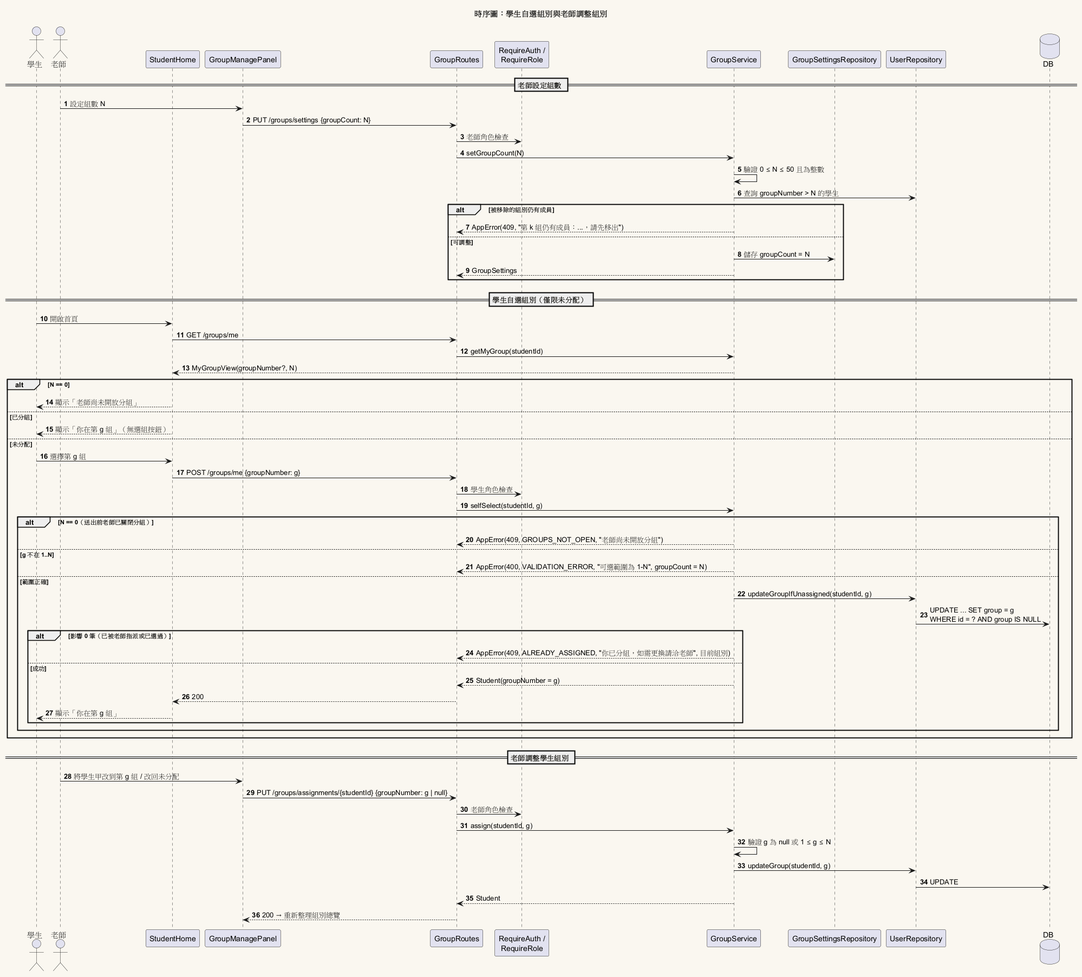
Ennn-1023/SE_project keeps this PlantUML diagram as diagrams/001-sequence-group.png. Above is the earlier version.
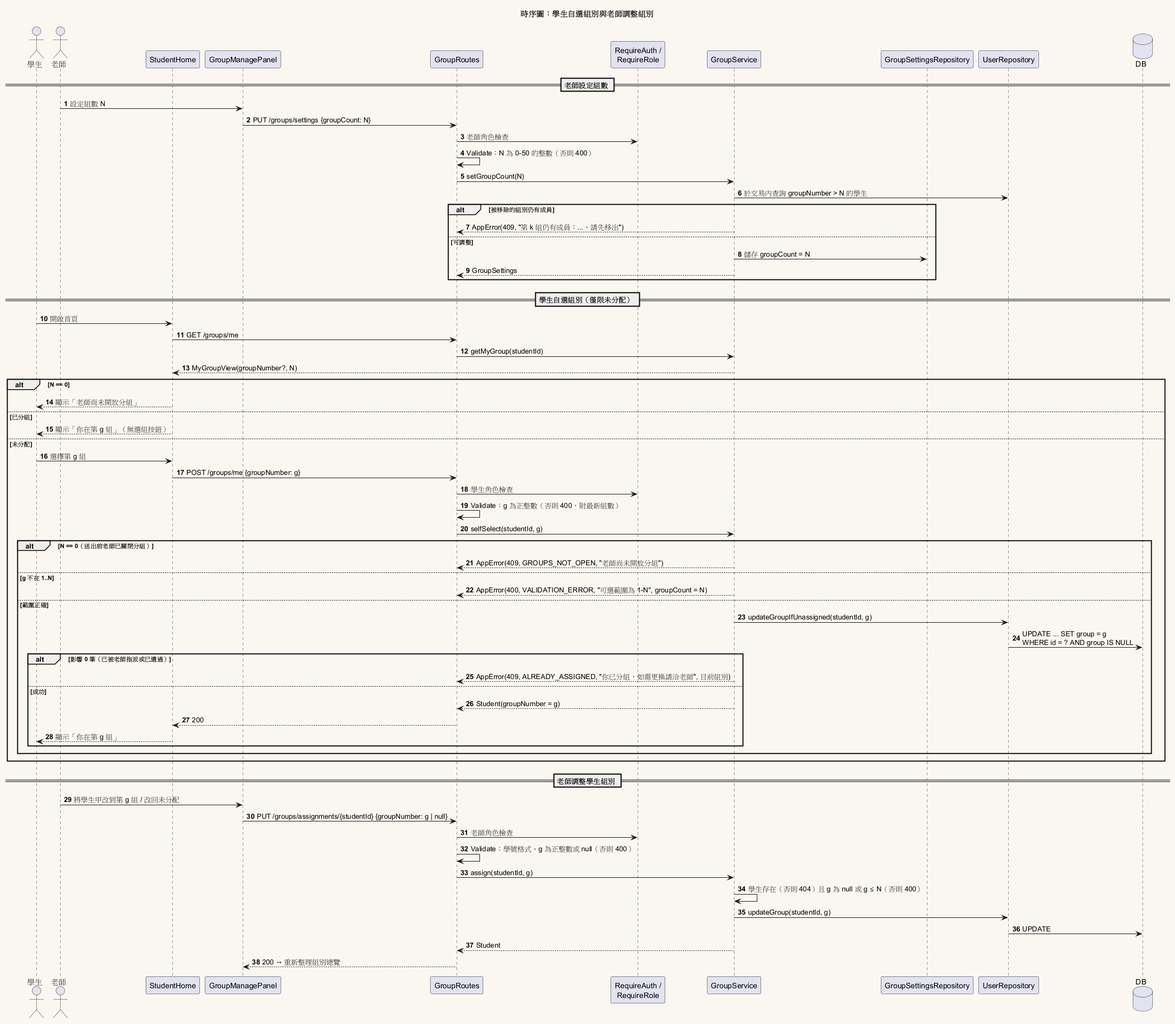
Later version of the same file.

The edit, as a diff of the source:
```diff
@@ -20,9 +20,9 @@
 T -> GM : 設定組數 N
 GM -> R : PUT /groups/settings {groupCount: N}
 R -> G : 老師角色檢查
+R -> R : Validate：N 為 0-50 的整數（否則 400）
 R -> GS : setGroupCount(N)
-GS -> GS : 驗證 0 ≤ N ≤ 50 且為整數
-GS -> UR : 查詢 groupNumber > N 的學生
+GS -> UR : 於交易內查詢 groupNumber > N 的學生
 alt 被移除的組別仍有成員
   GS --> R : AppError(409, "第 k 組仍有成員：...，請先移出")
 else 可調整
@@ -43,6 +43,7 @@
   S -> SH : 選擇第 g 組
   SH -> R : POST /groups/me {groupNumber: g}
   R -> G : 學生角色檢查
+  R -> R : Validate：g 為正整數（否則 400，附最新組數）
   R -> GS : selfSelect(studentId, g)
   alt N == 0（送出前老師已關閉分組）
     GS --> R : AppError(409, GROUPS_NOT_OPEN, "老師尚未開放分組")
@@ -65,8 +66,9 @@
 T -> GM : 將學生甲改到第 g 組 / 改回未分配
 GM -> R : PUT /groups/assignments/{studentId} {groupNumber: g | null}
 R -> G : 老師角色檢查
+R -> R : Validate：學號格式、g 為正整數或 null（否則 400）
 R -> GS : assign(studentId, g)
-GS -> GS : 驗證 g 為 null 或 1 ≤ g ≤ N
+GS -> GS : 學生存在（否則 404）且 g 為 null 或 g ≤ N（否則 400）
 GS -> UR : updateGroup(studentId, g)
 UR -> DB : UPDATE
 GS --> R : Student
```
